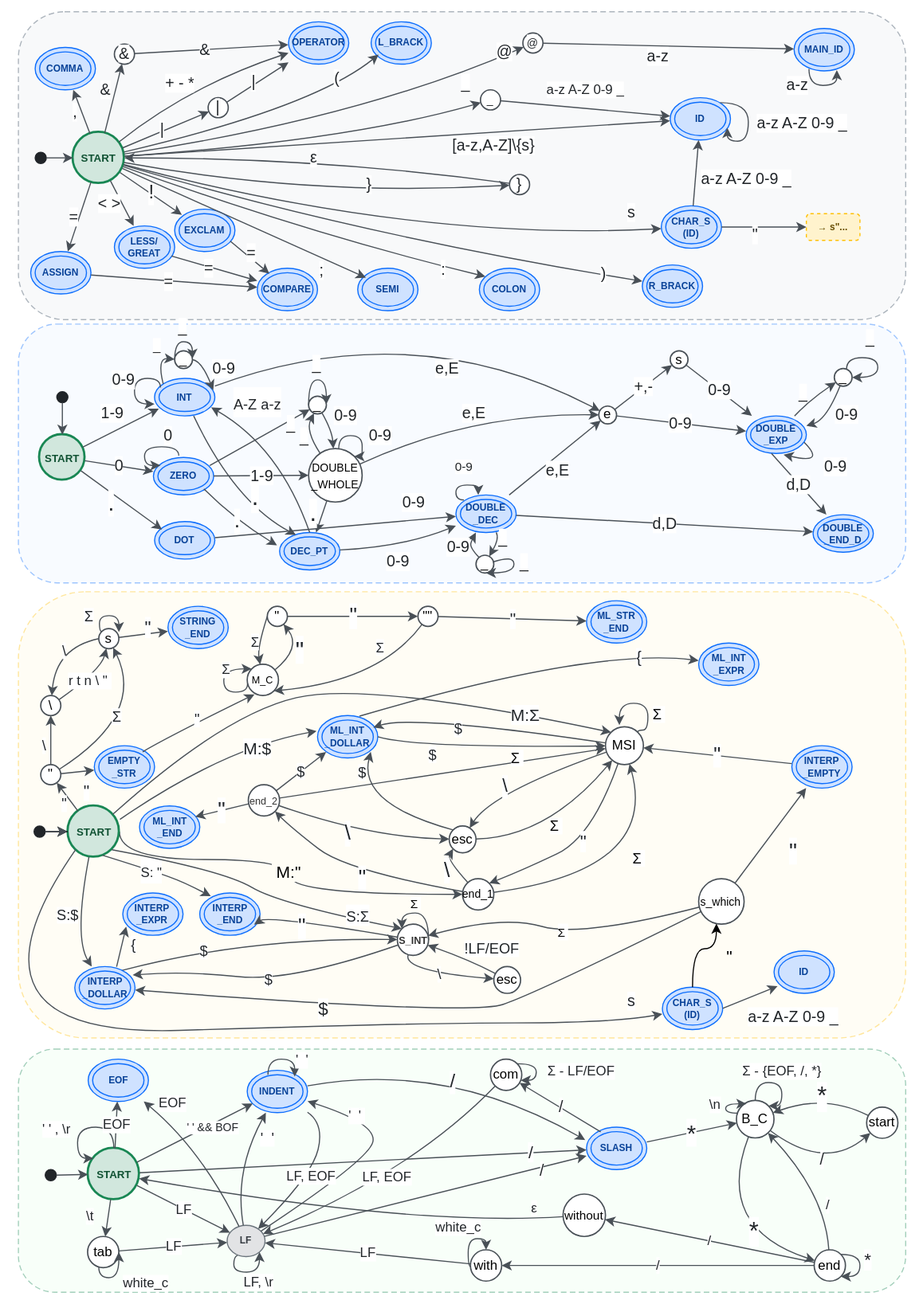
Earlier version of the draw.io export tex/fsm.svg (Checkster-FIT/IFJ-1-Compiler). Source tidied: cells renumbered, new cells last; positions are measured from the earlier drawing's top-left corner, leaving out a move shared by most shapes.
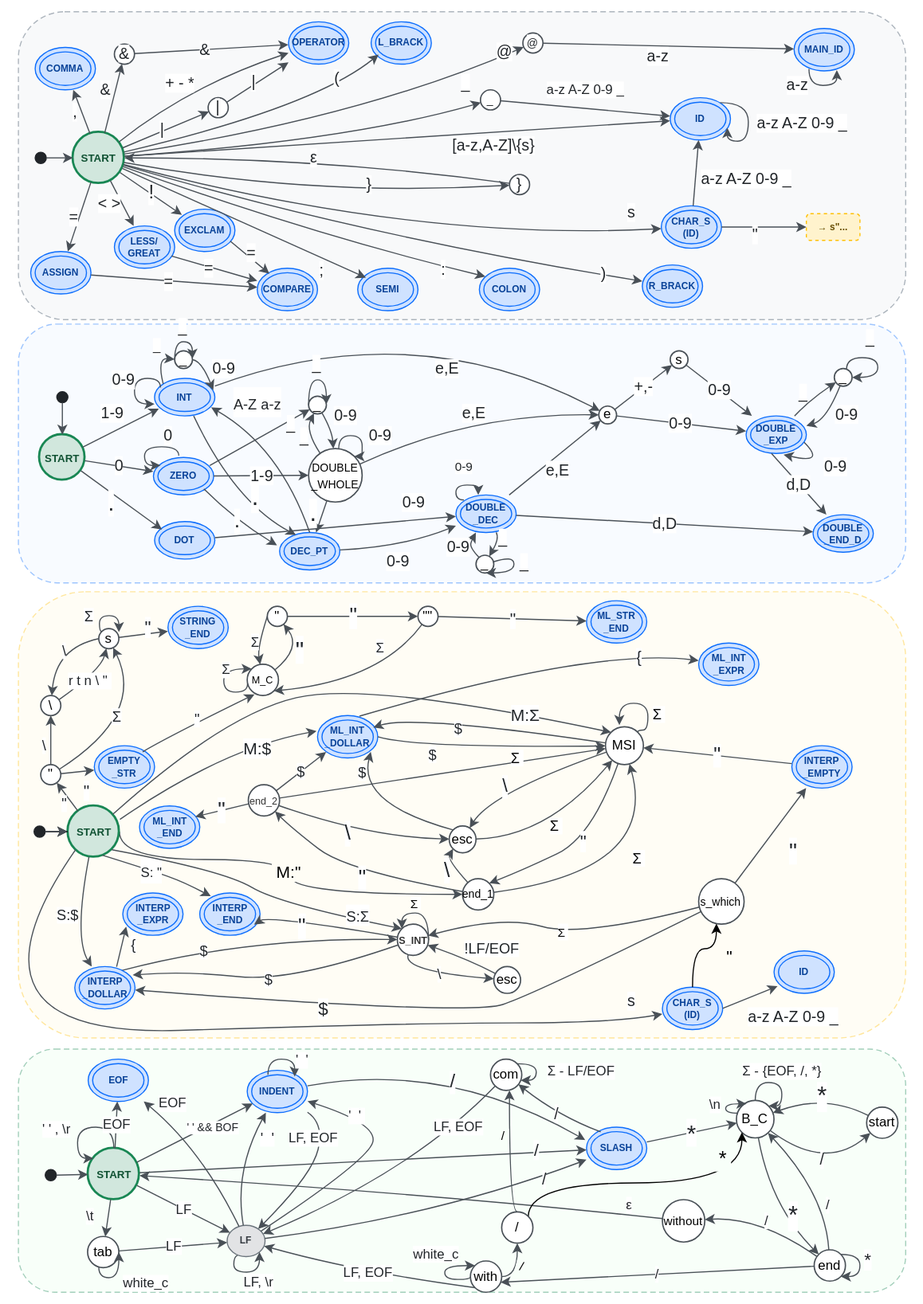
Above is the later version.

Diff of the diagram source:
```diff
@@ -116,10 +116,18 @@
       <mxGeometry x="779" y="1110" width="28" height="28" as="geometry" />
     </mxCell>
     <mxCell id="37" value="&lt;font style=&quot;font-size: 11px;&quot;&gt;without&lt;/font&gt;" style="ellipse;whiteSpace=wrap;html=1;fillColor=#ffffff;strokeColor=#495057;strokeWidth=1.2;" parent="1" vertex="1">
-      <mxGeometry x="554" y="1060" width="38" height="38" as="geometry" />
+      <mxGeometry x="643" y="1065" width="38" height="38" as="geometry" />
     </mxCell>
+    <mxCell id="239" style="edgeStyle=orthogonalEdgeStyle;rounded=0;jettySize=auto;html=1;exitX=1;exitY=0.5;exitDx=0;exitDy=0;entryX=0.5;entryY=1;entryDx=0;entryDy=0;defaultLabelBackgroundColor=page;labelPadding=0 4;strokeColor=light-dark(#495057, #ededed);curveGeometry=1;curved=1;" parent="1" edge="1" source="38" target="245">
+      <mxGeometry relative="1" as="geometry" />
+    </mxCell>
+    <mxCell id="240" value="/" style="edgeLabel;html=1;align=center;verticalAlign=middle;inheritText=1;defaultLabelBackgroundColor=page;labelPadding=0 4;rotation=15;" parent="239" vertex="1">
+      <mxGeometry x="-0.07" relative="1" as="geometry">
+        <mxPoint x="6" y="1" as="offset" />
+      </mxGeometry>
+    </mxCell>
     <mxCell id="38" value="with" style="ellipse;whiteSpace=wrap;html=1;fillColor=#ffffff;strokeColor=#495057;strokeWidth=1.2;" parent="1" vertex="1">
-      <mxGeometry x="471" y="1110" width="28" height="28" as="geometry" />
+      <mxGeometry x="471" y="1120" width="28" height="28" as="geometry" />
     </mxCell>
     <mxCell id="39" value="&quot;" style="curved=1;endArrow=classic;html=1;fontSize=13;fontColor=#212529;strokeColor=#495057;labelBackgroundColor=#ffffff;labelBorderColor=none;" parent="1" edge="1" source="6" target="7">
       <mxGeometry x="-0.2" y="6" relative="1" as="geometry" />
@@ -418,7 +426,7 @@
       <mxGeometry x="0.05" y="-16" relative="1" as="geometry" />
     </mxCell>
     <mxCell id="87" value="/" style="curved=1;endArrow=classic;html=1;fontSize=15;fontColor=#212529;strokeColor=#495057;labelBackgroundColor=#ffffff;labelBorderColor=none;" parent="1" edge="1" source="27" target="32">
-      <mxGeometry x="0.75" y="1" relative="1" as="geometry" />
+      <mxGeometry x="0.78" y="3" relative="1" as="geometry" />
     </mxCell>
     <mxCell id="88" value="white_c" style="curved=1;endArrow=classic;html=1;fontSize=12;fontColor=#212529;strokeColor=#495057;labelBackgroundColor=#ffffff;labelBorderColor=none;edgeStyle=orthogonalEdgeStyle;innerLoopWaypoints=1;" parent="1" edge="1" source="29" target="29">
       <mxGeometry x="0.09" y="-25" relative="1" as="geometry">
@@ -464,7 +472,11 @@
       </mxGeometry>
     </mxCell>
     <mxCell id="94" value="/" style="curved=1;endArrow=classic;html=1;fontSize=14;fontColor=#212529;strokeColor=#495057;labelBackgroundColor=#ffffff;labelBorderColor=none;" parent="1" edge="1" source="31" target="32">
-      <mxGeometry x="0.72" y="-3" relative="1" as="geometry" />
+      <mxGeometry x="0.72" y="-3" relative="1" as="geometry">
+        <Array as="points">
+          <mxPoint x="440" y="1080" />
+        </Array>
+      </mxGeometry>
     </mxCell>
     <mxCell id="95" value="&lt;font style=&quot;font-size: 12px;&quot;&gt;'&amp;nbsp; '&lt;/font&gt;" style="curved=1;endArrow=classic;html=1;fontSize=10;fontColor=#212529;strokeColor=#495057;labelBackgroundColor=#ffffff;labelBorderColor=none;edgeStyle=orthogonalEdgeStyle;innerLoopWaypoints=1;entryX=0.788;entryY=0.15;entryDx=0;entryDy=0;entryPerimeter=0;exitX=0.344;exitY=0.108;exitDx=0;exitDy=0;exitPerimeter=0;" parent="1" edge="1" source="30" target="30">
       <mxGeometry x="0.45" y="6" relative="1" as="geometry">
@@ -475,7 +487,7 @@
       </mxGeometry>
     </mxCell>
     <mxCell id="96" value="LF, EOF" style="curved=1;endArrow=classic;html=1;fontSize=12;fontColor=#212529;strokeColor=#495057;labelBackgroundColor=#ffffff;labelBorderColor=none;" parent="1" edge="1" source="30" target="31">
-      <mxGeometry relative="1" as="geometry">
+      <mxGeometry x="-0.5" y="-7" relative="1" as="geometry">
         <Array as="points">
           <mxPoint x="340" y="997" />
           <mxPoint x="329" y="1043" />
@@ -490,7 +502,11 @@
       </mxGeometry>
     </mxCell>
     <mxCell id="98" value="/" style="curved=1;endArrow=classic;html=1;fontSize=14;fontColor=#212529;strokeColor=#495057;labelBackgroundColor=#ffffff;labelBorderColor=none;exitX=0.235;exitY=0.111;exitDx=0;exitDy=0;exitPerimeter=0;" parent="1" edge="1" source="32" target="33">
-      <mxGeometry relative="1" as="geometry" />
+      <mxGeometry relative="1" as="geometry">
+        <Array as="points">
+          <mxPoint x="550" y="990" />
+        </Array>
+      </mxGeometry>
     </mxCell>
     <mxCell id="99" value="*" style="curved=1;endArrow=classic;html=1;fontSize=21;fontColor=#212529;strokeColor=#495057;labelBackgroundColor=#ffffff;labelBorderColor=none;" parent="1" edge="1" source="32" target="34">
       <mxGeometry relative="1" as="geometry" />
@@ -504,7 +520,7 @@
       </mxGeometry>
     </mxCell>
     <mxCell id="101" value="LF, EOF" style="curved=1;endArrow=classic;html=1;fontSize=12;fontColor=#212529;strokeColor=#495057;labelBackgroundColor=#ffffff;labelBorderColor=none;" parent="1" edge="1" source="33" target="31">
-      <mxGeometry x="0.03" y="-4" relative="1" as="geometry">
+      <mxGeometry x="-0.61" y="2" relative="1" as="geometry">
         <Array as="points">
           <mxPoint x="419" y="1040" />
         </Array>
@@ -534,10 +550,10 @@
         </Array>
       </mxGeometry>
     </mxCell>
-    <mxCell id="105" value="*" style="curved=1;endArrow=classic;html=1;fontSize=22;fontColor=#212529;strokeColor=#495057;labelBackgroundColor=#ffffff;labelBorderColor=none;" parent="1" edge="1" source="34" target="36">
+    <mxCell id="105" value="*" style="curved=1;endArrow=classic;html=1;fontSize=22;fontColor=#212529;strokeColor=#495057;labelBackgroundColor=#ffffff;labelBorderColor=none;entryX=0;entryY=0;entryDx=0;entryDy=0;" parent="1" edge="1" source="34" target="36">
       <mxGeometry x="0.34" y="8" relative="1" as="geometry">
         <Array as="points">
-          <mxPoint x="689" y="1090" />
+          <mxPoint x="740" y="1071" />
         </Array>
       </mxGeometry>
     </mxCell>
@@ -549,30 +565,38 @@
       </mxGeometry>
     </mxCell>
     <mxCell id="107" value="/" style="curved=1;endArrow=classic;html=1;fontSize=12;fontColor=#212529;strokeColor=#495057;labelBackgroundColor=#ffffff;labelBorderColor=none;" parent="1" edge="1" source="36" target="37">
-      <mxGeometry relative="1" as="geometry" />
+      <mxGeometry relative="1" as="geometry">
+        <Array as="points">
+          <mxPoint x="730" y="1080" />
+        </Array>
+      </mxGeometry>
     </mxCell>
-    <mxCell id="108" value="/" style="curved=1;endArrow=classic;html=1;fontSize=12;fontColor=#212529;strokeColor=#495057;labelBackgroundColor=#ffffff;labelBorderColor=none;" parent="1" edge="1" source="36" target="38">
+    <mxCell id="108" value="/" style="curved=1;endArrow=classic;html=1;fontSize=12;fontColor=#212529;strokeColor=#495057;labelBackgroundColor=#ffffff;labelBorderColor=none;entryX=0.964;entryY=0.679;entryDx=0;entryDy=0;entryPerimeter=0;" parent="1" edge="1" source="36" target="38">
       <mxGeometry relative="1" as="geometry" />
     </mxCell>
     <mxCell id="109" value="ε" style="curved=1;endArrow=classic;html=1;fontSize=12;fontColor=#212529;strokeColor=#495057;labelBackgroundColor=#ffffff;labelBorderColor=none;" parent="1" edge="1" source="37" target="27">
       <mxGeometry x="-0.87" y="-9" relative="1" as="geometry">
         <Array as="points">
-          <mxPoint x="419" y="1089" />
+          <mxPoint x="440" y="1060" />
         </Array>
       </mxGeometry>
     </mxCell>
-    <mxCell id="110" value="white_c" style="curved=1;endArrow=classic;html=1;fontSize=12;fontColor=#212529;strokeColor=#495057;labelBackgroundColor=#ffffff;labelBorderColor=none;edgeStyle=orthogonalEdgeStyle;innerLoopWaypoints=1;entryX=0.5;entryY=0;entryDx=0;entryDy=0;" parent="1" edge="1" source="38" target="38">
-      <mxGeometry x="0.02" y="13" relative="1" as="geometry">
+    <mxCell id="110" value="white_c" style="curved=1;endArrow=classic;html=1;fontSize=12;fontColor=#212529;strokeColor=#495057;labelBackgroundColor=#ffffff;labelBorderColor=none;edgeStyle=orthogonalEdgeStyle;innerLoopWaypoints=1;entryX=0;entryY=0;entryDx=0;entryDy=0;exitX=0;exitY=0.5;exitDx=0;exitDy=0;" parent="1" edge="1" source="38" target="38">
+      <mxGeometry x="0.2" y="13" relative="1" as="geometry">
         <Array as="points">
-          <mxPoint x="469" y="1125" />
-          <mxPoint x="469" y="1100" />
-          <mxPoint x="485" y="1100" />
+          <mxPoint x="471" y="1136.5" />
+          <mxPoint x="448" y="1136.5" />
+          <mxPoint x="448" y="1124.1" />
         </Array>
         <mxPoint x="-9" y="3" as="offset" />
       </mxGeometry>
     </mxCell>
-    <mxCell id="111" value="LF" style="curved=1;endArrow=classic;html=1;fontSize=12;fontColor=#212529;strokeColor=#495057;labelBackgroundColor=#ffffff;labelBorderColor=none;" parent="1" edge="1" source="38" target="31">
-      <mxGeometry relative="1" as="geometry" />
+    <mxCell id="111" value="LF, EOF" style="curved=1;endArrow=classic;html=1;fontSize=12;fontColor=#212529;strokeColor=#495057;labelBackgroundColor=#ffffff;labelBorderColor=none;exitX=0;exitY=1;exitDx=0;exitDy=0;" parent="1" edge="1" source="38" target="31">
+      <mxGeometry relative="1" as="geometry">
+        <Array as="points">
+          <mxPoint x="370" y="1130" />
+        </Array>
+      </mxGeometry>
     </mxCell>
     <mxCell id="112" style="group;" parent="1" vertex="1">
       <mxGeometry x="66" width="795" height="276" as="geometry" />
@@ -1166,5 +1190,33 @@
         <mxPoint x="1" as="offset" />
       </mxGeometry>
     </mxCell>
+    <mxCell id="241" style="edgeStyle=orthogonalEdgeStyle;rounded=0;jettySize=auto;html=1;exitX=0.5;exitY=0;exitDx=0;exitDy=0;defaultLabelBackgroundColor=page;labelPadding=0 4;strokeColor=light-dark(#495057, #ededed);curved=1;curveGeometry=1;entryX=0.606;entryY=0.996;entryDx=0;entryDy=0;entryPerimeter=0;" parent="1" edge="1" source="245" target="33">
+      <mxGeometry x="-0.08" relative="1" as="geometry">
+        <Array as="points">
+          <mxPoint x="506" y="1076" />
+        </Array>
+      </mxGeometry>
+    </mxCell>
+    <mxCell id="242" value="/" style="edgeLabel;html=1;align=center;verticalAlign=middle;inheritText=1;defaultLabelBackgroundColor=page;labelPadding=0 4;" parent="241" vertex="1">
+      <mxGeometry x="0.27" relative="1" as="geometry">
+        <mxPoint x="-7" as="offset" />
+      </mxGeometry>
+    </mxCell>
+    <mxCell id="243" style="edgeStyle=orthogonalEdgeStyle;rounded=0;jettySize=auto;html=1;exitX=1;exitY=0;exitDx=0;exitDy=0;entryX=0;entryY=1;entryDx=0;entryDy=0;defaultLabelBackgroundColor=page;labelPadding=0 4;curveGeometry=1;curved=1;" parent="1" edge="1" source="245" target="34">
+      <mxGeometry relative="1" as="geometry">
+        <Array as="points">
+          <mxPoint x="522.9" y="1050" />
+          <mxPoint x="714.3" y="1050" />
+        </Array>
+      </mxGeometry>
+    </mxCell>
+    <mxCell id="244" value="&lt;font style=&quot;font-size: 18px;&quot;&gt;*&lt;/font&gt;" style="edgeLabel;html=1;align=center;verticalAlign=middle;inheritText=1;defaultLabelBackgroundColor=page;labelPadding=0 4;" parent="243" vertex="1">
+      <mxGeometry x="0.78" y="-2" relative="1" as="geometry">
+        <mxPoint x="-11" as="offset" />
+      </mxGeometry>
+    </mxCell>
+    <mxCell id="245" value="/" style="ellipse;whiteSpace=wrap;html=1;fillColor=#ffffff;strokeColor=#495057;strokeWidth=1.2;" parent="1" vertex="1">
+      <mxGeometry x="499" y="1076" width="28" height="28" as="geometry" />
+    </mxCell>
   </root>
 </mxGraphModel>
```
